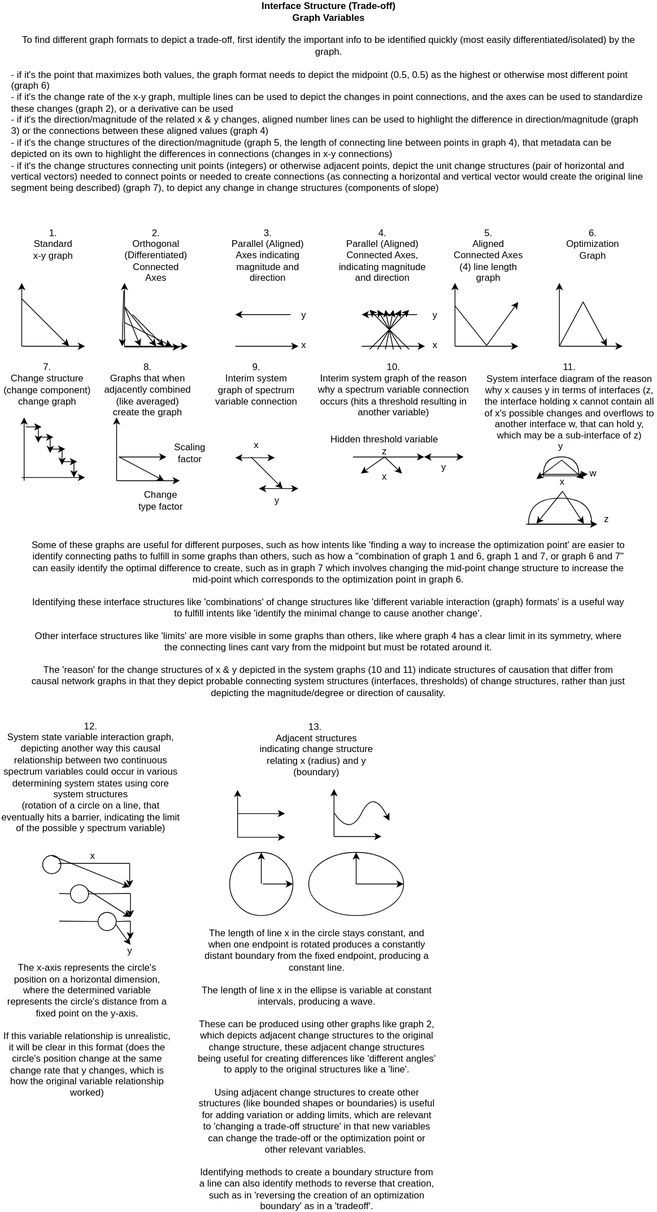
Above: docs/objects/graph_variables.svg in outdreamer/build-a-cure (draw.io), before the change. Source tidied: cells renumbered, new cells last; positions are measured from the earlier drawing's top-left corner, leaving out a move shared by most shapes.
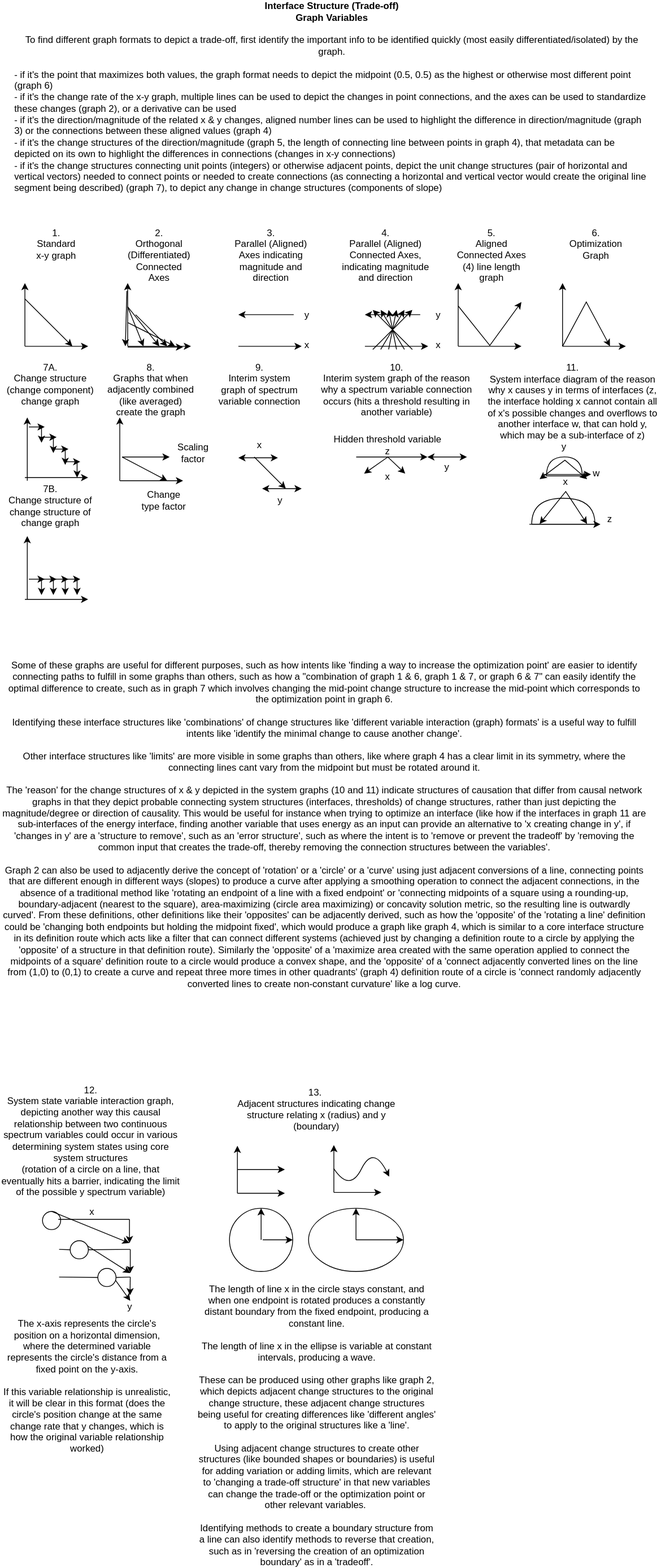
Later version of the same file.

What changed in the source:
```diff
@@ -5,9 +5,9 @@
     <mxCell id="2" style="ellipse;whiteSpace=wrap;html=1;" parent="1" vertex="1">
-      <mxGeometry x="390" y="970" width="120" height="80" as="geometry" />
+      <mxGeometry x="385.8" y="1420" width="120" height="80" as="geometry" />
     </mxCell>
     <mxCell id="3" style="ellipse;whiteSpace=wrap;html=1;" parent="1" vertex="1">
-      <mxGeometry x="290" y="970" width="80" height="80" as="geometry" />
+      <mxGeometry x="285.8" y="1420" width="80" height="80" as="geometry" />
     </mxCell>
     <mxCell id="4" style="ellipse;whiteSpace=wrap;html=1;" parent="1" vertex="1">
-      <mxGeometry x="53.5" y="974" width="23" height="23" as="geometry" />
+      <mxGeometry x="49.2" y="1424" width="23" height="23" as="geometry" />
     </mxCell>
@@ -226,3 +226,3 @@
     </mxCell>
-    <mxCell id="44" value="7.&lt;br&gt;Change structure (change component) change graph" style="text;html=1;strokeColor=none;fillColor=none;align=center;verticalAlign=middle;whiteSpace=wrap;rounded=0;" parent="1" vertex="1">
+    <mxCell id="44" value="7A.&lt;br&gt;Change structure (change component) change graph" style="text;html=1;strokeColor=none;fillColor=none;align=center;verticalAlign=middle;whiteSpace=wrap;rounded=0;" parent="1" vertex="1">
       <mxGeometry y="363" width="118.5" height="30" as="geometry" />
@@ -319,4 +319,4 @@
     </mxCell>
-    <mxCell id="64" value="Some of these graphs are useful for different purposes, such as how intents like 'finding a way to increase the optimization point' are easier to identify connecting paths to fulfill in some graphs than others, such as how a &quot;combination of graph 1 and 6, graph 1 and 7, or graph 6 and 7&quot; can easily identify the optimal difference to create, such as in graph 7 which involves changing the mid-point change structure to increase the mid-point which corresponds to the optimization point in graph 6.&lt;br&gt;&lt;br&gt;Identifying these interface structures like 'combinations' of change structures like 'different variable interaction (graph) formats' is a useful way to fulfill intents like 'identify the minimal change to cause another change'.&lt;br&gt;&lt;br&gt;Other interface structures like 'limits' are more visible in some graphs than others, like where graph 4 has a clear limit in its symmetry, where the connecting lines cant vary from the midpoint but must be rotated around it.&lt;br&gt;&lt;br&gt;The 'reason' for the change structures of x &amp;amp; y depicted in the system graphs (10 and 11) indicate structures of causation that differ from causal network graphs in that they depict probable connecting system structures (interfaces, thresholds) of change structures, rather than just depicting the magnitude/degree or direction of causality." style="text;html=1;strokeColor=none;fillColor=none;align=center;verticalAlign=middle;whiteSpace=wrap;rounded=0;" parent="1" vertex="1">
-      <mxGeometry x="35" y="660" width="760" height="30" as="geometry" />
+    <mxCell id="64" value="Some of these graphs are useful for different purposes, such as how intents like 'finding a way to increase the optimization point' are easier to identify connecting paths to fulfill in some graphs than others, such as how a &quot;combination of graph 1 &amp;amp; 6, graph 1 &amp;amp; 7, or graph 6 &amp;amp; 7&quot; can easily identify the optimal difference to create, such as in graph 7 which involves changing the mid-point change structure to increase the mid-point which corresponds to the optimization point in graph 6.&lt;br&gt;&lt;br&gt;Identifying these interface structures like 'combinations' of change structures like 'different variable interaction (graph) formats' is a useful way to fulfill intents like 'identify the minimal change to cause another change'.&lt;br&gt;&lt;br&gt;Other interface structures like 'limits' are more visible in some graphs than others, like where graph 4 has a clear limit in its symmetry, where the connecting lines cant vary from the midpoint but must be rotated around it.&lt;br&gt;&lt;br&gt;The 'reason' for the change structures of x &amp;amp; y depicted in the system graphs (10 and 11) indicate structures of causation that differ from causal network graphs in that they depict probable connecting system structures (interfaces, thresholds) of change structures, rather than just depicting the magnitude/degree or direction of causality. This would be useful for instance when trying to optimize an interface (like how if the interfaces in graph 11 are sub-interfaces of the energy interface, finding another variable that uses energy as an input can provide an alternative to 'x creating change in y', if 'changes in y' are a 'structure to remove', such as an 'error structure', such as where the intent is to 'remove or prevent the tradeoff' by 'removing the common input that creates the trade-off, thereby removing the connection structures between the variables'.&lt;br&gt;&lt;br&gt;Graph 2 can also be used to adjacently derive the concept of 'rotation' or a 'circle' or a 'curve' using just adjacent conversions of a line, connecting points that are different enough in different ways (slopes) to produce a curve after applying a smoothing operation to connect the adjacent connections, in the absence of a traditional method like 'rotating an endpoint of a line with a fixed endpoint' or 'connecting midpoints of a square using a rounding-up, boundary-adjacent (nearest to the square), area-maximizing (circle area maximizing) or concavity solution metric, so the resulting line is outwardly curved'. From these definitions, other definitions like their 'opposites' can be adjacently derived, such as how the 'opposite' of the 'rotating a line' definition could be 'changing both endpoints but holding the midpoint fixed', which would produce a graph like graph 4, which is similar to a core interface structure in its definition route which acts like a filter that can connect different systems (achieved just by changing a definition route to a circle by applying the 'opposite' of a structure in that definition route). Similarly the 'opposite' of a 'maximize area created with the same operation applied to connect the midpoints of a square' definition route to a circle would produce a convex shape, and the 'opposite' of a 'connect adjacently converted lines on the line from (1,0) to (0,1) to create a curve and repeat three more times in other quadrants' (graph 4) definition route of a circle is 'connect randomly adjacently converted lines to create non-constant curvature' like a log curve." style="text;html=1;strokeColor=none;fillColor=none;align=center;verticalAlign=middle;whiteSpace=wrap;rounded=0;" parent="1" vertex="1">
+      <mxGeometry x="-4.2" y="920" width="820" height="30" as="geometry" />
     </mxCell>
@@ -432,4 +432,4 @@
       <mxGeometry relative="1" as="geometry">
-        <mxPoint x="163.5" y="984" as="sourcePoint" />
-        <mxPoint x="163.5" y="1014" as="targetPoint" />
+        <mxPoint x="159.2" y="1434" as="sourcePoint" />
+        <mxPoint x="159.2" y="1464" as="targetPoint" />
       </mxGeometry>
@@ -437,3 +437,3 @@
     <mxCell id="87" value="12.&lt;br&gt;System state variable interaction graph, depicting another way this causal relationship between two continuous spectrum variables could occur in various determining system states using core system structures &lt;br&gt;(rotation of a circle on a line, that eventually hits a barrier, indicating the limit of the possible y spectrum variable)" style="text;html=1;strokeColor=none;fillColor=none;align=center;verticalAlign=middle;whiteSpace=wrap;rounded=0;" parent="1" vertex="1">
-      <mxGeometry y="860" width="228.5" height="30" as="geometry" />
+      <mxGeometry x="-4.2" y="1320" width="228.5" height="30" as="geometry" />
     </mxCell>
@@ -441,4 +441,4 @@
       <mxGeometry relative="1" as="geometry">
-        <mxPoint x="73.5" y="984" as="sourcePoint" />
-        <mxPoint x="163.5" y="984" as="targetPoint" />
+        <mxPoint x="69.2" y="1434" as="sourcePoint" />
+        <mxPoint x="159.2" y="1434" as="targetPoint" />
       </mxGeometry>
@@ -447,3 +447,3 @@
       <mxGeometry relative="1" as="geometry">
-        <mxPoint x="163.5" y="1014" as="targetPoint" />
+        <mxPoint x="159.2" y="1464" as="targetPoint" />
       </mxGeometry>
@@ -452,4 +452,4 @@
       <mxGeometry relative="1" as="geometry">
-        <mxPoint x="164.5" y="1022" as="sourcePoint" />
-        <mxPoint x="164.5" y="1052" as="targetPoint" />
+        <mxPoint x="160.2" y="1472" as="sourcePoint" />
+        <mxPoint x="160.2" y="1502" as="targetPoint" />
       </mxGeometry>
@@ -458,3 +458,3 @@
       <mxGeometry relative="1" as="geometry">
-        <mxPoint x="164.5" y="1022" as="targetPoint" />
+        <mxPoint x="160.2" y="1472" as="targetPoint" />
       </mxGeometry>
@@ -463,3 +463,3 @@
       <mxGeometry relative="1" as="geometry">
-        <mxPoint x="164.5" y="1052" as="targetPoint" />
+        <mxPoint x="160.2" y="1502" as="targetPoint" />
       </mxGeometry>
@@ -467,3 +467,3 @@
     <mxCell id="93" style="ellipse;whiteSpace=wrap;html=1;" parent="1" vertex="1">
-      <mxGeometry x="88.5" y="1011" width="23" height="23" as="geometry" />
+      <mxGeometry x="84.2" y="1461" width="23" height="23" as="geometry" />
     </mxCell>
@@ -471,3 +471,3 @@
       <mxGeometry relative="1" as="geometry">
-        <mxPoint x="74.5" y="1022" as="sourcePoint" />
+        <mxPoint x="70.2" y="1472" as="sourcePoint" />
       </mxGeometry>
@@ -476,3 +476,3 @@
       <mxGeometry relative="1" as="geometry">
-        <mxPoint x="164.5" y="1057" as="sourcePoint" />
+        <mxPoint x="160.2" y="1507" as="sourcePoint" />
       </mxGeometry>
@@ -481,3 +481,3 @@
       <mxGeometry relative="1" as="geometry">
-        <mxPoint x="164.5" y="1057" as="targetPoint" />
+        <mxPoint x="160.2" y="1507" as="targetPoint" />
       </mxGeometry>
@@ -486,3 +486,3 @@
       <mxGeometry relative="1" as="geometry">
-        <mxPoint x="164.5" y="1087" as="targetPoint" />
+        <mxPoint x="160.2" y="1537" as="targetPoint" />
       </mxGeometry>
@@ -490,3 +490,3 @@
     <mxCell id="98" style="ellipse;whiteSpace=wrap;html=1;" parent="1" vertex="1">
-      <mxGeometry x="123.5" y="1046" width="23" height="23" as="geometry" />
+      <mxGeometry x="119.2" y="1496" width="23" height="23" as="geometry" />
     </mxCell>
@@ -494,3 +494,3 @@
       <mxGeometry relative="1" as="geometry">
-        <mxPoint x="74.5" y="1057" as="sourcePoint" />
+        <mxPoint x="70.2" y="1507" as="sourcePoint" />
       </mxGeometry>
@@ -498,9 +498,9 @@
     <mxCell id="100" value="The x-axis represents the circle's position on a horizontal dimension, where the determined variable represents the circle's distance from a fixed point on the y-axis.&lt;br&gt;&lt;br&gt;If this variable relationship is unrealistic, it will be clear in this format (does the circle's position change at the same change rate that y changes, which is how the original variable relationship worked)" style="text;html=1;strokeColor=none;fillColor=none;align=center;verticalAlign=middle;whiteSpace=wrap;rounded=0;" parent="1" vertex="1">
-      <mxGeometry y="1180" width="220" height="30" as="geometry" />
+      <mxGeometry x="-4.2" y="1630" width="220" height="30" as="geometry" />
     </mxCell>
     <mxCell id="101" value="y" style="text;html=1;strokeColor=none;fillColor=none;align=center;verticalAlign=middle;whiteSpace=wrap;rounded=0;" parent="1" vertex="1">
-      <mxGeometry x="134" y="1080" width="60" height="30" as="geometry" />
+      <mxGeometry x="129.8" y="1530" width="60" height="30" as="geometry" />
     </mxCell>
     <mxCell id="102" value="x" style="text;html=1;strokeColor=none;fillColor=none;align=center;verticalAlign=middle;whiteSpace=wrap;rounded=0;" parent="1" vertex="1">
-      <mxGeometry x="86.5" y="960" width="60" height="30" as="geometry" />
+      <mxGeometry x="82.2" y="1410" width="60" height="30" as="geometry" />
     </mxCell>
@@ -508,3 +508,3 @@
       <mxGeometry relative="1" as="geometry">
-        <mxPoint x="330" y="1010" as="sourcePoint" />
+        <mxPoint x="325.8" y="1460" as="sourcePoint" />
       </mxGeometry>
@@ -512,6 +512,6 @@
     <mxCell id="104" value="13.&amp;nbsp;&lt;br&gt;Adjacent structures indicating change structure relating x (radius) and y (boundary)" style="text;html=1;strokeColor=none;fillColor=none;align=center;verticalAlign=middle;whiteSpace=wrap;rounded=0;" parent="1" vertex="1">
-      <mxGeometry x="322" y="825" width="156" height="30" as="geometry" />
+      <mxGeometry x="291.8" y="1280" width="208" height="30" as="geometry" />
     </mxCell>
     <mxCell id="105" value="The length of line x in the circle stays constant, and when one endpoint is rotated produces a constantly distant boundary from the fixed endpoint, producing a constant line.&lt;br&gt;&lt;br&gt;The length of line x in the ellipse is variable at constant intervals, producing a wave.&lt;br&gt;&lt;br&gt;These can be produced using other graphs like graph 2, which depicts adjacent change structures to the original change structure, these adjacent change structures being useful for creating differences like 'different angles' to apply to the original structures like a 'line'.&lt;br&gt;&lt;br&gt;Using adjacent change structures to create other structures (like bounded shapes or boundaries) is useful for adding variation or adding limits, which are relevant to 'changing a trade-off structure' in that new variables can change the trade-off or the optimization point or other relevant variables.&amp;nbsp;&lt;br&gt;&lt;br&gt;Identifying methods to create a boundary structure from a line can also identify methods to reverse that creation, such as in 'reversing the creation of an optimization boundary' as in a 'tradeoff'." style="text;html=1;strokeColor=none;fillColor=none;align=center;verticalAlign=middle;whiteSpace=wrap;rounded=0;" parent="1" vertex="1">
-      <mxGeometry x="248.8" y="1230" width="302.5" height="30" as="geometry" />
+      <mxGeometry x="244.5" y="1680" width="302.5" height="30" as="geometry" />
     </mxCell>
@@ -519,4 +519,4 @@
       <mxGeometry relative="1" as="geometry">
-        <mxPoint x="450" y="1010" as="sourcePoint" />
-        <mxPoint x="450" y="970" as="targetPoint" />
+        <mxPoint x="445.8" y="1460" as="sourcePoint" />
+        <mxPoint x="445.8" y="1420" as="targetPoint" />
       </mxGeometry>
@@ -525,4 +525,4 @@
       <mxGeometry relative="1" as="geometry">
-        <mxPoint x="450" y="1010" as="sourcePoint" />
-        <mxPoint x="510" y="1010" as="targetPoint" />
+        <mxPoint x="445.8" y="1460" as="sourcePoint" />
+        <mxPoint x="505.8" y="1460" as="targetPoint" />
       </mxGeometry>
@@ -531,4 +531,4 @@
       <mxGeometry relative="1" as="geometry">
-        <mxPoint x="300" y="951" as="sourcePoint" />
-        <mxPoint x="300" y="891" as="targetPoint" />
+        <mxPoint x="295.8" y="1401" as="sourcePoint" />
+        <mxPoint x="295.8" y="1341" as="targetPoint" />
       </mxGeometry>
@@ -537,4 +537,4 @@
       <mxGeometry relative="1" as="geometry">
-        <mxPoint x="300" y="951" as="sourcePoint" />
-        <mxPoint x="360" y="951" as="targetPoint" />
+        <mxPoint x="295.8" y="1401" as="sourcePoint" />
+        <mxPoint x="355.8" y="1401" as="targetPoint" />
       </mxGeometry>
@@ -543,4 +543,4 @@
       <mxGeometry relative="1" as="geometry">
-        <mxPoint x="300" y="921" as="sourcePoint" />
-        <mxPoint x="360" y="921" as="targetPoint" />
+        <mxPoint x="295.8" y="1371" as="sourcePoint" />
+        <mxPoint x="355.8" y="1371" as="targetPoint" />
       </mxGeometry>
@@ -549,4 +549,4 @@
       <mxGeometry relative="1" as="geometry">
-        <mxPoint x="422" y="950" as="sourcePoint" />
-        <mxPoint x="422" y="890" as="targetPoint" />
+        <mxPoint x="417.8" y="1400" as="sourcePoint" />
+        <mxPoint x="417.8" y="1340" as="targetPoint" />
       </mxGeometry>
@@ -555,4 +555,4 @@
       <mxGeometry relative="1" as="geometry">
-        <mxPoint x="422" y="950" as="sourcePoint" />
-        <mxPoint x="482" y="950" as="targetPoint" />
+        <mxPoint x="417.8" y="1400" as="sourcePoint" />
+        <mxPoint x="477.8" y="1400" as="targetPoint" />
       </mxGeometry>
@@ -561,7 +561,7 @@
       <mxGeometry relative="1" as="geometry">
-        <mxPoint x="422" y="920" as="sourcePoint" />
-        <mxPoint x="492" y="930" as="targetPoint" />
+        <mxPoint x="417.8" y="1370" as="sourcePoint" />
+        <mxPoint x="487.8" y="1380" as="targetPoint" />
         <Array as="points">
-          <mxPoint x="442" y="950" />
-          <mxPoint x="472" y="890" />
+          <mxPoint x="437.8" y="1400" />
+          <mxPoint x="467.8" y="1340" />
         </Array>
@@ -571,5 +571,68 @@
       <mxGeometry relative="1" as="geometry">
-        <mxPoint x="332" y="1010" as="sourcePoint" />
+        <mxPoint x="327.8" y="1460" as="sourcePoint" />
       </mxGeometry>
     </mxCell>
+    <mxCell id="115" style="endArrow=classic;html=1;rounded=0;" parent="1" edge="1">
+      <mxGeometry relative="1" as="geometry">
+        <mxPoint x="30" y="650" as="sourcePoint" />
+        <mxPoint x="30" y="570" as="targetPoint" />
+      </mxGeometry>
+    </mxCell>
+    <mxCell id="116" style="endArrow=classic;html=1;rounded=0;" parent="1" edge="1">
+      <mxGeometry relative="1" as="geometry">
+        <mxPoint x="62" y="624.5" as="sourcePoint" />
+        <mxPoint x="82" y="624.5" as="targetPoint" />
+      </mxGeometry>
+    </mxCell>
+    <mxCell id="117" style="endArrow=classic;html=1;rounded=0;" parent="1" edge="1">
+      <mxGeometry relative="1" as="geometry">
+        <mxPoint x="78" y="624.5" as="sourcePoint" />
+        <mxPoint x="78" y="644.5" as="targetPoint" />
+      </mxGeometry>
+    </mxCell>
+    <mxCell id="118" style="endArrow=classic;html=1;rounded=0;" parent="1" edge="1">
+      <mxGeometry relative="1" as="geometry">
+        <mxPoint x="77" y="624.5" as="sourcePoint" />
+        <mxPoint x="97" y="624.5" as="targetPoint" />
+      </mxGeometry>
+    </mxCell>
+    <mxCell id="119" style="endArrow=classic;html=1;rounded=0;" parent="1" edge="1">
+      <mxGeometry relative="1" as="geometry">
+        <mxPoint x="93" y="624.5" as="sourcePoint" />
+        <mxPoint x="93" y="644.5" as="targetPoint" />
+      </mxGeometry>
+    </mxCell>
+    <mxCell id="120" style="endArrow=classic;html=1;rounded=0;" parent="1" edge="1">
+      <mxGeometry relative="1" as="geometry">
+        <mxPoint x="47" y="624.5" as="sourcePoint" />
+        <mxPoint x="67" y="624.5" as="targetPoint" />
+      </mxGeometry>
+    </mxCell>
+    <mxCell id="121" style="endArrow=classic;html=1;rounded=0;" parent="1" edge="1">
+      <mxGeometry relative="1" as="geometry">
+        <mxPoint x="63" y="624.5" as="sourcePoint" />
+        <mxPoint x="63" y="644.5" as="targetPoint" />
+      </mxGeometry>
+    </mxCell>
+    <mxCell id="122" style="endArrow=classic;html=1;rounded=0;" parent="1" edge="1">
+      <mxGeometry relative="1" as="geometry">
+        <mxPoint x="32" y="624.5" as="sourcePoint" />
+        <mxPoint x="52" y="624.5" as="targetPoint" />
+      </mxGeometry>
+    </mxCell>
+    <mxCell id="123" style="endArrow=classic;html=1;rounded=0;" parent="1" edge="1">
+      <mxGeometry relative="1" as="geometry">
+        <mxPoint x="48" y="624.5" as="sourcePoint" />
+        <mxPoint x="48" y="644.5" as="targetPoint" />
+      </mxGeometry>
+    </mxCell>
+    <mxCell id="124" value="7B.&lt;br&gt;Change structure of change structure of change graph" style="text;html=1;strokeColor=none;fillColor=none;align=center;verticalAlign=middle;whiteSpace=wrap;rounded=0;" parent="1" vertex="1">
+      <mxGeometry y="516.5" width="118.5" height="30" as="geometry" />
+    </mxCell>
+    <mxCell id="125" style="endArrow=classic;html=1;rounded=0;" parent="1" edge="1">
+      <mxGeometry relative="1" as="geometry">
+        <mxPoint x="27" y="650" as="sourcePoint" />
+        <mxPoint x="107" y="650" as="targetPoint" />
+      </mxGeometry>
+    </mxCell>
   </root>
```
